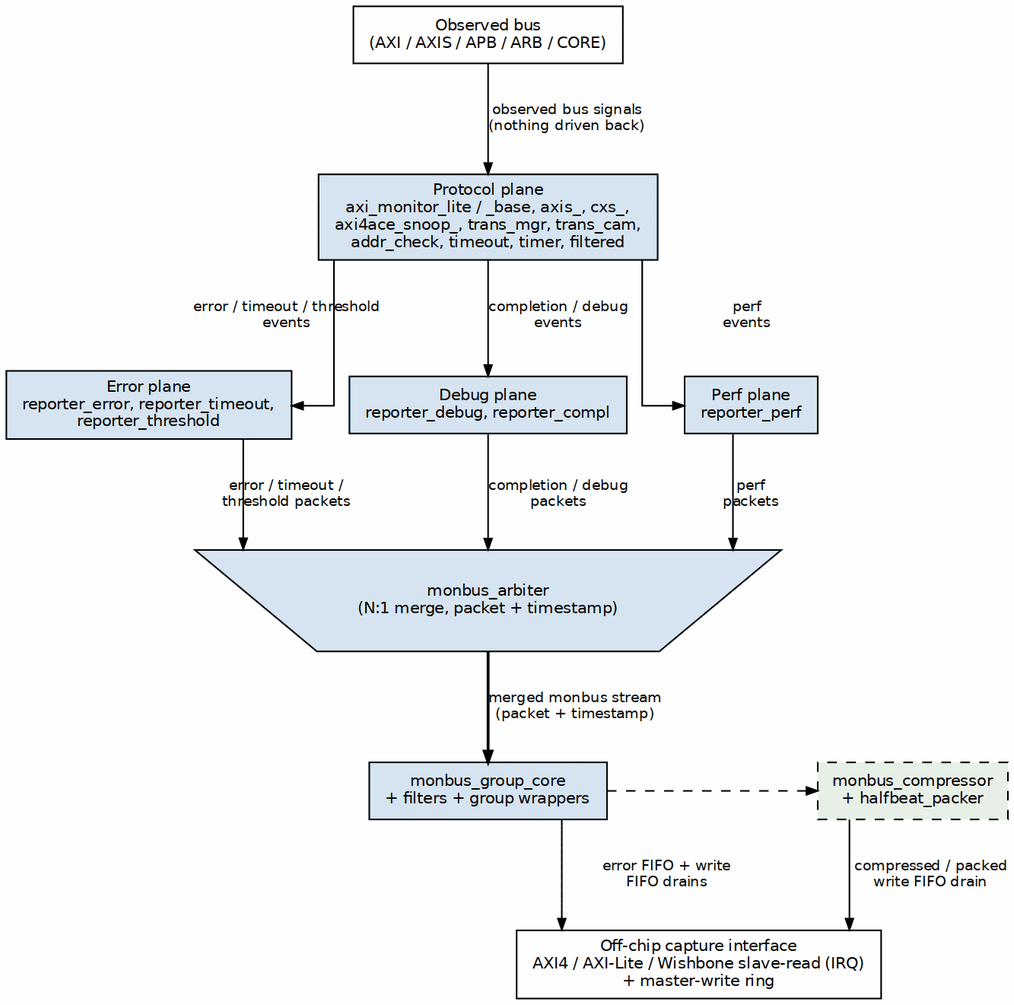
Before: docs/markdown/assets/rtl-amba/graphviz/monitor_planes.png, a diagram exported from Graphviz (sean-galloway/RTLDesignSherpa). Its source is kept beside it as docs/markdown/assets/rtl-amba/graphviz/monitor_planes.dot. Source of this version:
```dot

digraph ocelus_planes {
    graph [rankdir=TB, bgcolor="white", fontname="Helvetica", fontsize=11,
           nodesep="0.50", ranksep="0.70", splines=ortho];
    node  [fontname="Helvetica", fontsize=10, shape=box, style=filled,
           fillcolor="#D6E4F0", color="black", margin="0.14,0.07"];
    edge  [fontname="Helvetica", fontsize=9, color="black", arrowsize=0.7];

    observed_bus [label="Observed bus\n(AXI / AXIS / APB / ARB / CORE)",
                  shape=box, style=filled, fillcolor="white", color="black"];

    protocol_plane [label="Protocol plane\naxi_monitor_lite / _base, axis_, cxs_,\naxi4ace_snoop_, trans_mgr, trans_cam,\naddr_check, timeout, timer, filtered",
                    fillcolor="#D6E4F0"];

    error_plane [label="Error plane\nreporter_error, reporter_timeout,\nreporter_threshold",
                 fillcolor="#D6E4F0"];
    debug_plane [label="Debug plane\nreporter_debug, reporter_compl",
                 fillcolor="#D6E4F0"];
    perf_plane [label="Perf plane\nreporter_perf",
                fillcolor="#D6E4F0"];

    monbus_arbiter [label="monbus_arbiter\n(N:1 merge, packet + timestamp)",
                    shape=invtrapezium, fillcolor="#D6E4F0", width=2.4, height=0.45];
    monbus_group [label="monbus_group_core\n+ filters + group wrappers",
                  fillcolor="#D6E4F0"];
    compress_pack [label="monbus_compressor\n+ halfbeat_packer",
                   shape=box, style="dashed,filled", fillcolor="#E8F0E8",
                   color="black", margin="0.12,0.06"];

    boundary [label="Off-chip capture interface\nAXI4 / AXI-Lite / Wishbone slave-read (IRQ)\n+ master-write ring",
              shape=box, style=filled, fillcolor="white", color="black"];

    observed_bus -> protocol_plane [label="observed bus signals\n(nothing driven back)"];

    protocol_plane -> error_plane [label="error / timeout / threshold\nevents"];
    protocol_plane -> debug_plane [label="completion / debug\nevents"];
    protocol_plane -> perf_plane [label="perf\nevents"];

    error_plane -> monbus_arbiter [label="error / timeout /\nthreshold packets"];
    debug_plane -> monbus_arbiter [label="completion / debug\npackets"];
    perf_plane -> monbus_arbiter [label="perf\npackets"];

    monbus_arbiter -> monbus_group [label="merged monbus stream\n(packet + timestamp)", penwidth=1.8];
    monbus_group -> boundary [label="error FIFO + write\nFIFO drains"];
    monbus_group -> compress_pack [label="write path\n(USE_COMPRESSION)", style=dashed];
    compress_pack -> boundary [label="compressed / packed\nwrite FIFO drain"];

    { rank=same; error_plane; debug_plane; perf_plane; }
    { rank=same; monbus_group; compress_pack; }
}
```
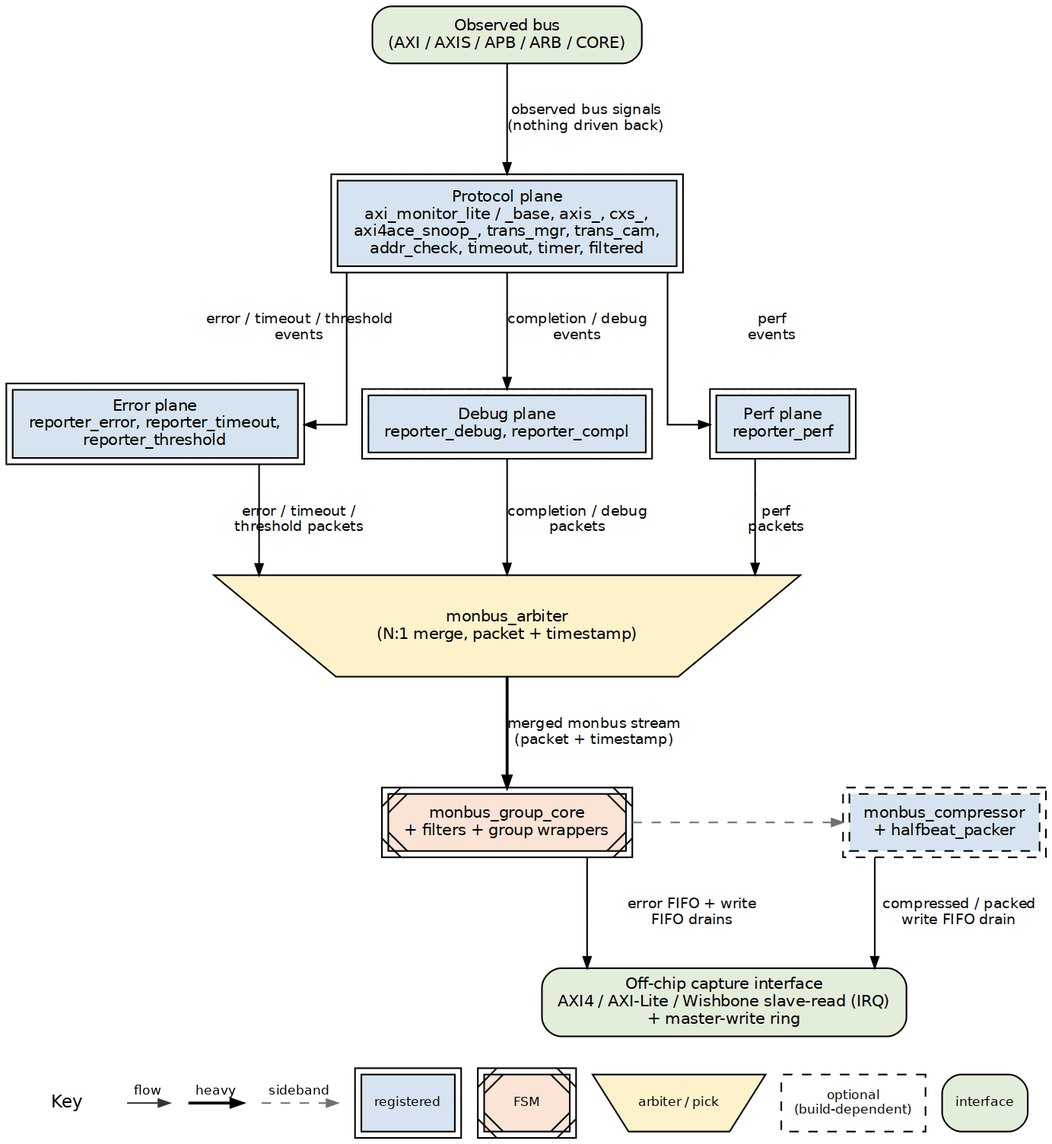
Above is the later version.

Change to the diagram source:
```diff
@@ -3,32 +3,32 @@
     graph [rankdir=TB, bgcolor="white", fontname="Helvetica", fontsize=11,
            nodesep="0.50", ranksep="0.70", splines=ortho];
     node  [fontname="Helvetica", fontsize=10, shape=box, style=filled,
-           fillcolor="#D6E4F0", color="black", margin="0.14,0.07"];
+           fillcolor="white", color="black", margin="0.14,0.07"];
     edge  [fontname="Helvetica", fontsize=9, color="black", arrowsize=0.7];
 
     observed_bus [label="Observed bus\n(AXI / AXIS / APB / ARB / CORE)",
-                  shape=box, style=filled, fillcolor="white", color="black"];
+                  shape=box, style=filled, fillcolor="white", color="black", style="rounded,filled", fillcolor="#E2EFDA"];
 
     protocol_plane [label="Protocol plane\naxi_monitor_lite / _base, axis_, cxs_,\naxi4ace_snoop_, trans_mgr, trans_cam,\naddr_check, timeout, timer, filtered",
-                    fillcolor="#D6E4F0"];
+                    fillcolor="#D6E4F0", peripheries=2, style="filled", fillcolor="#D6E4F0"];
 
     error_plane [label="Error plane\nreporter_error, reporter_timeout,\nreporter_threshold",
-                 fillcolor="#D6E4F0"];
+                 fillcolor="#D6E4F0", peripheries=2, style="filled", fillcolor="#D6E4F0"];
     debug_plane [label="Debug plane\nreporter_debug, reporter_compl",
-                 fillcolor="#D6E4F0"];
+                 fillcolor="#D6E4F0", peripheries=2, style="filled", fillcolor="#D6E4F0"];
     perf_plane [label="Perf plane\nreporter_perf",
-                fillcolor="#D6E4F0"];
+                fillcolor="#D6E4F0", peripheries=2, style="filled", fillcolor="#D6E4F0"];
 
     monbus_arbiter [label="monbus_arbiter\n(N:1 merge, packet + timestamp)",
-                    shape=invtrapezium, fillcolor="#D6E4F0", width=2.4, height=0.45];
+                    shape=invtrapezium, fillcolor="#D6E4F0", width=2.4, height=0.45, style="filled", fillcolor="#FFF2CC"];
     monbus_group [label="monbus_group_core\n+ filters + group wrappers",
-                  fillcolor="#D6E4F0"];
+                  fillcolor="#D6E4F0", peripheries=2, style="filled,diagonals", fillcolor="#FCE4D6"];
     compress_pack [label="monbus_compressor\n+ halfbeat_packer",
                    shape=box, style="dashed,filled", fillcolor="#E8F0E8",
-                   color="black", margin="0.12,0.06"];
+                   color="black", margin="0.12,0.06", peripheries=2, style="filled,dashed", fillcolor="#D6E4F0"];
 
     boundary [label="Off-chip capture interface\nAXI4 / AXI-Lite / Wishbone slave-read (IRQ)\n+ master-write ring",
-              shape=box, style=filled, fillcolor="white", color="black"];
+              shape=box, style=filled, fillcolor="white", color="black", style="rounded,filled", fillcolor="#E2EFDA"];
 
     observed_bus -> protocol_plane [label="observed bus signals\n(nothing driven back)"];
 
@@ -42,7 +42,7 @@
 
     monbus_arbiter -> monbus_group [label="merged monbus stream\n(packet + timestamp)", penwidth=1.8];
     monbus_group -> boundary [label="error FIFO + write\nFIFO drains"];
-    monbus_group -> compress_pack [label="write path\n(USE_COMPRESSION)", style=dashed];
+    monbus_group -> compress_pack [label="write path\n(USE_COMPRESSION)", style=dashed, color="#777777"];
     compress_pack -> boundary [label="compressed / packed\nwrite FIFO drain"];
 
     { rank=same; error_plane; debug_plane; perf_plane; }
```
